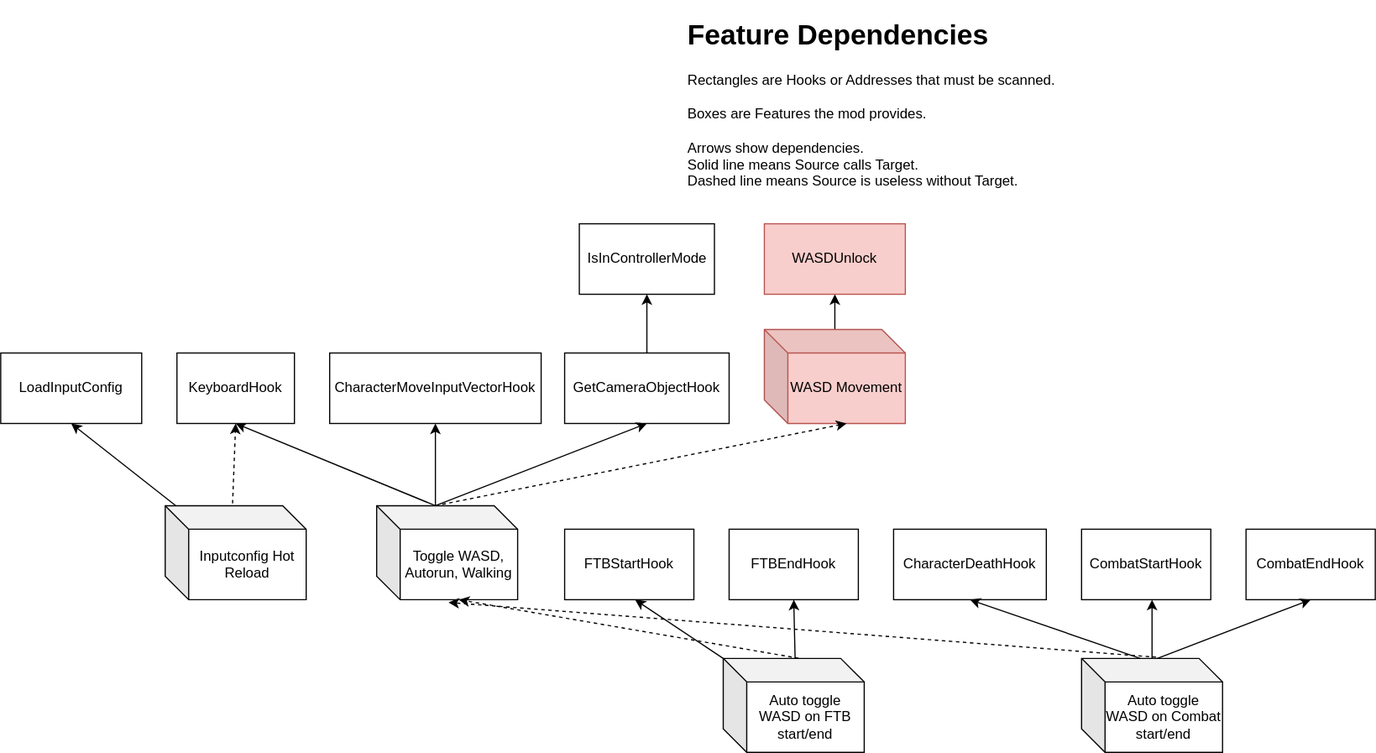
Above: doc/feature_dependencies.drawio.svg in Ch4nKyy/BG3WASD (draw.io), before the change. Source tidied: cells renumbered, new cells last; positions are measured from the earlier drawing's top-left corner, leaving out a move shared by most shapes. The source it was exported from:
```xml
<mxGraphModel>
  <root>
    <mxCell id="0" />
    <mxCell id="1" parent="0" />
    <mxCell id="2" style="edgeStyle=none;html=1;" parent="1" edge="1" source="3" target="4">
      <mxGeometry relative="1" as="geometry" />
    </mxCell>
    <mxCell id="3" value="WASD Movement" style="shape=cube;whiteSpace=wrap;html=1;boundedLbl=1;backgroundOutline=1;darkOpacity=0.05;darkOpacity2=0.1;fillColor=#f8cecc;strokeColor=#b85450;" parent="1" vertex="1">
      <mxGeometry x="650" y="270" width="120" height="80" as="geometry" />
    </mxCell>
    <mxCell id="4" value="WASDUnlock" style="rounded=0;whiteSpace=wrap;html=1;fillColor=#f8cecc;strokeColor=#b85450;" parent="1" vertex="1">
      <mxGeometry x="650" y="180" width="120" height="60" as="geometry" />
    </mxCell>
    <mxCell id="5" value="CharacterMoveInputVectorHook" style="rounded=0;whiteSpace=wrap;html=1;" parent="1" vertex="1">
      <mxGeometry x="280" y="290" width="180" height="60" as="geometry" />
    </mxCell>
    <mxCell id="6" style="edgeStyle=none;html=1;entryX=0.5;entryY=1;entryDx=0;entryDy=0;" parent="1" edge="1" source="7" target="27">
      <mxGeometry relative="1" as="geometry" />
    </mxCell>
    <mxCell id="7" value="GetCameraObjectHook" style="rounded=0;whiteSpace=wrap;html=1;" parent="1" vertex="1">
      <mxGeometry x="480" y="290" width="140" height="60" as="geometry" />
    </mxCell>
    <mxCell id="8" style="edgeStyle=none;html=1;entryX=0.5;entryY=1;entryDx=0;entryDy=0;exitX=0;exitY=0;exitDx=50;exitDy=0;exitPerimeter=0;" parent="1" edge="1" source="12" target="5">
      <mxGeometry relative="1" as="geometry" />
    </mxCell>
    <mxCell id="9" style="edgeStyle=none;html=1;entryX=0.5;entryY=1;entryDx=0;entryDy=0;exitX=0;exitY=0;exitDx=50;exitDy=0;exitPerimeter=0;" parent="1" edge="1" source="12" target="7">
      <mxGeometry relative="1" as="geometry" />
    </mxCell>
    <mxCell id="10" style="edgeStyle=none;html=1;entryX=0;entryY=0;entryDx=70;entryDy=80;entryPerimeter=0;exitX=0;exitY=0;exitDx=50;exitDy=0;exitPerimeter=0;dashed=1;" parent="1" edge="1" source="12" target="3">
      <mxGeometry relative="1" as="geometry" />
    </mxCell>
    <mxCell id="11" style="edgeStyle=none;html=1;entryX=0.5;entryY=1;entryDx=0;entryDy=0;fontSize=12;exitX=0;exitY=0;exitDx=50;exitDy=0;exitPerimeter=0;" parent="1" edge="1" source="12" target="33">
      <mxGeometry relative="1" as="geometry" />
    </mxCell>
    <mxCell id="12" value="Toggle WASD, Autorun, Walking" style="shape=cube;whiteSpace=wrap;html=1;boundedLbl=1;backgroundOutline=1;darkOpacity=0.05;darkOpacity2=0.1;" parent="1" vertex="1">
      <mxGeometry x="320" y="420" width="120" height="80" as="geometry" />
    </mxCell>
    <mxCell id="13" value="CombatStartHook" style="rounded=0;whiteSpace=wrap;html=1;" parent="1" vertex="1">
      <mxGeometry x="920" y="440" width="110" height="60" as="geometry" />
    </mxCell>
    <mxCell id="14" value="CombatEndHook" style="rounded=0;whiteSpace=wrap;html=1;" parent="1" vertex="1">
      <mxGeometry x="1060" y="440" width="110" height="60" as="geometry" />
    </mxCell>
    <mxCell id="15" value="CharacterDeathHook" style="rounded=0;whiteSpace=wrap;html=1;" parent="1" vertex="1">
      <mxGeometry x="760" y="440" width="130" height="60" as="geometry" />
    </mxCell>
    <mxCell id="16" style="edgeStyle=none;html=1;entryX=0.5;entryY=1;entryDx=0;entryDy=0;exitX=0;exitY=0;exitDx=50;exitDy=0;exitPerimeter=0;" parent="1" edge="1" source="20" target="15">
      <mxGeometry relative="1" as="geometry" />
    </mxCell>
    <mxCell id="17" style="edgeStyle=none;html=1;" parent="1" edge="1" source="20">
      <mxGeometry relative="1" as="geometry">
        <mxPoint x="980" y="500" as="targetPoint" />
      </mxGeometry>
    </mxCell>
    <mxCell id="18" style="edgeStyle=none;html=1;entryX=0.5;entryY=1;entryDx=0;entryDy=0;exitX=0.51;exitY=0.015;exitDx=0;exitDy=0;exitPerimeter=0;" parent="1" edge="1" source="20" target="14">
      <mxGeometry relative="1" as="geometry" />
    </mxCell>
    <mxCell id="19" style="edgeStyle=none;html=1;entryX=0.51;entryY=1.029;entryDx=0;entryDy=0;entryPerimeter=0;exitX=0.529;exitY=-0.013;exitDx=0;exitDy=0;exitPerimeter=0;dashed=1;" parent="1" edge="1" source="20" target="12">
      <mxGeometry relative="1" as="geometry" />
    </mxCell>
    <mxCell id="20" value="Auto toggle WASD on Combat start/end" style="shape=cube;whiteSpace=wrap;html=1;boundedLbl=1;backgroundOutline=1;darkOpacity=0.05;darkOpacity2=0.1;" parent="1" vertex="1">
      <mxGeometry x="920" y="550" width="120" height="80" as="geometry" />
    </mxCell>
    <mxCell id="21" value="FTBStartHook" style="rounded=0;whiteSpace=wrap;html=1;" parent="1" vertex="1">
      <mxGeometry x="480" y="440" width="110" height="60" as="geometry" />
    </mxCell>
    <mxCell id="22" value="FTBEndHook" style="rounded=0;whiteSpace=wrap;html=1;" parent="1" vertex="1">
      <mxGeometry x="620" y="440" width="110" height="60" as="geometry" />
    </mxCell>
    <mxCell id="23" style="edgeStyle=none;html=1;" parent="1" edge="1" source="26">
      <mxGeometry relative="1" as="geometry">
        <mxPoint x="540" y="500" as="targetPoint" />
      </mxGeometry>
    </mxCell>
    <mxCell id="24" style="edgeStyle=none;html=1;entryX=0.5;entryY=1;entryDx=0;entryDy=0;exitX=0.51;exitY=0.015;exitDx=0;exitDy=0;exitPerimeter=0;strokeColor=default;" parent="1" edge="1" source="26" target="22">
      <mxGeometry relative="1" as="geometry" />
    </mxCell>
    <mxCell id="25" style="edgeStyle=none;html=1;entryX=0;entryY=0;entryDx=70;entryDy=80;entryPerimeter=0;exitX=0.535;exitY=-0.002;exitDx=0;exitDy=0;exitPerimeter=0;dashed=1;" parent="1" edge="1" source="26" target="12">
      <mxGeometry relative="1" as="geometry" />
    </mxCell>
    <mxCell id="26" value="Auto toggle WASD on FTB start/end" style="shape=cube;whiteSpace=wrap;html=1;boundedLbl=1;backgroundOutline=1;darkOpacity=0.05;darkOpacity2=0.1;" parent="1" vertex="1">
      <mxGeometry x="615" y="550" width="120" height="80" as="geometry" />
    </mxCell>
    <mxCell id="27" value="IsInControllerMode" style="rounded=0;whiteSpace=wrap;html=1;" parent="1" vertex="1">
      <mxGeometry x="492.5" y="180" width="115" height="60" as="geometry" />
    </mxCell>
    <mxCell id="28" style="edgeStyle=none;html=1;entryX=0.5;entryY=1;entryDx=0;entryDy=0;" parent="1" edge="1" source="30" target="31">
      <mxGeometry relative="1" as="geometry" />
    </mxCell>
    <mxCell id="29" style="edgeStyle=none;html=1;entryX=0.5;entryY=1;entryDx=0;entryDy=0;strokeColor=default;fontSize=12;exitX=0.478;exitY=-0.025;exitDx=0;exitDy=0;exitPerimeter=0;dashed=1;" parent="1" edge="1" source="30" target="33">
      <mxGeometry relative="1" as="geometry" />
    </mxCell>
    <mxCell id="30" value="Inputconfig Hot Reload" style="shape=cube;whiteSpace=wrap;html=1;boundedLbl=1;backgroundOutline=1;darkOpacity=0.05;darkOpacity2=0.1;" parent="1" vertex="1">
      <mxGeometry x="140" y="420" width="120" height="80" as="geometry" />
    </mxCell>
    <mxCell id="31" value="LoadInputConfig" style="rounded=0;whiteSpace=wrap;html=1;" parent="1" vertex="1">
      <mxGeometry y="290" width="120" height="60" as="geometry" />
    </mxCell>
    <mxCell id="32" value="&lt;h1&gt;&lt;span style=&quot;background-color: initial;&quot;&gt;Feature Dependencies&lt;/span&gt;&lt;/h1&gt;&lt;div style=&quot;&quot;&gt;&lt;span style=&quot;font-weight: 400;&quot;&gt;&lt;font style=&quot;font-size: 12px;&quot;&gt;Rectangles are Hooks or Addresses that must be scanned.&lt;/font&gt;&lt;/span&gt;&lt;/div&gt;&lt;div style=&quot;&quot;&gt;&lt;span style=&quot;font-weight: 400;&quot;&gt;&lt;font style=&quot;font-size: 12px;&quot;&gt;&lt;br&gt;&lt;/font&gt;&lt;/span&gt;&lt;/div&gt;&lt;div style=&quot;&quot;&gt;&lt;span style=&quot;font-weight: 400;&quot;&gt;&lt;font style=&quot;font-size: 12px;&quot;&gt;Boxes are Features the mod provides.&lt;/font&gt;&lt;/span&gt;&lt;/div&gt;&lt;div style=&quot;&quot;&gt;&lt;span style=&quot;font-weight: 400;&quot;&gt;&lt;font style=&quot;font-size: 12px;&quot;&gt;&lt;br&gt;&lt;/font&gt;&lt;/span&gt;&lt;/div&gt;&lt;div style=&quot;&quot;&gt;&lt;span style=&quot;font-weight: 400;&quot;&gt;&lt;font style=&quot;font-size: 12px;&quot;&gt;Arrows show dependencies.&lt;/font&gt;&lt;/span&gt;&lt;/div&gt;&lt;div style=&quot;&quot;&gt;Solid line means Source calls Target.&lt;/div&gt;&lt;div style=&quot;&quot;&gt;Dashed line means Source is useless without Target.&lt;/div&gt;" style="text;html=1;strokeColor=none;fillColor=none;spacing=5;spacingTop=-20;whiteSpace=wrap;overflow=hidden;rounded=0;" parent="1" vertex="1">
      <mxGeometry x="580" width="360" height="160" as="geometry" />
    </mxCell>
    <mxCell id="33" value="KeyboardHook" style="rounded=0;whiteSpace=wrap;html=1;" parent="1" vertex="1">
      <mxGeometry x="150" y="290" width="100" height="60" as="geometry" />
    </mxCell>
  </root>
</mxGraphModel>
```
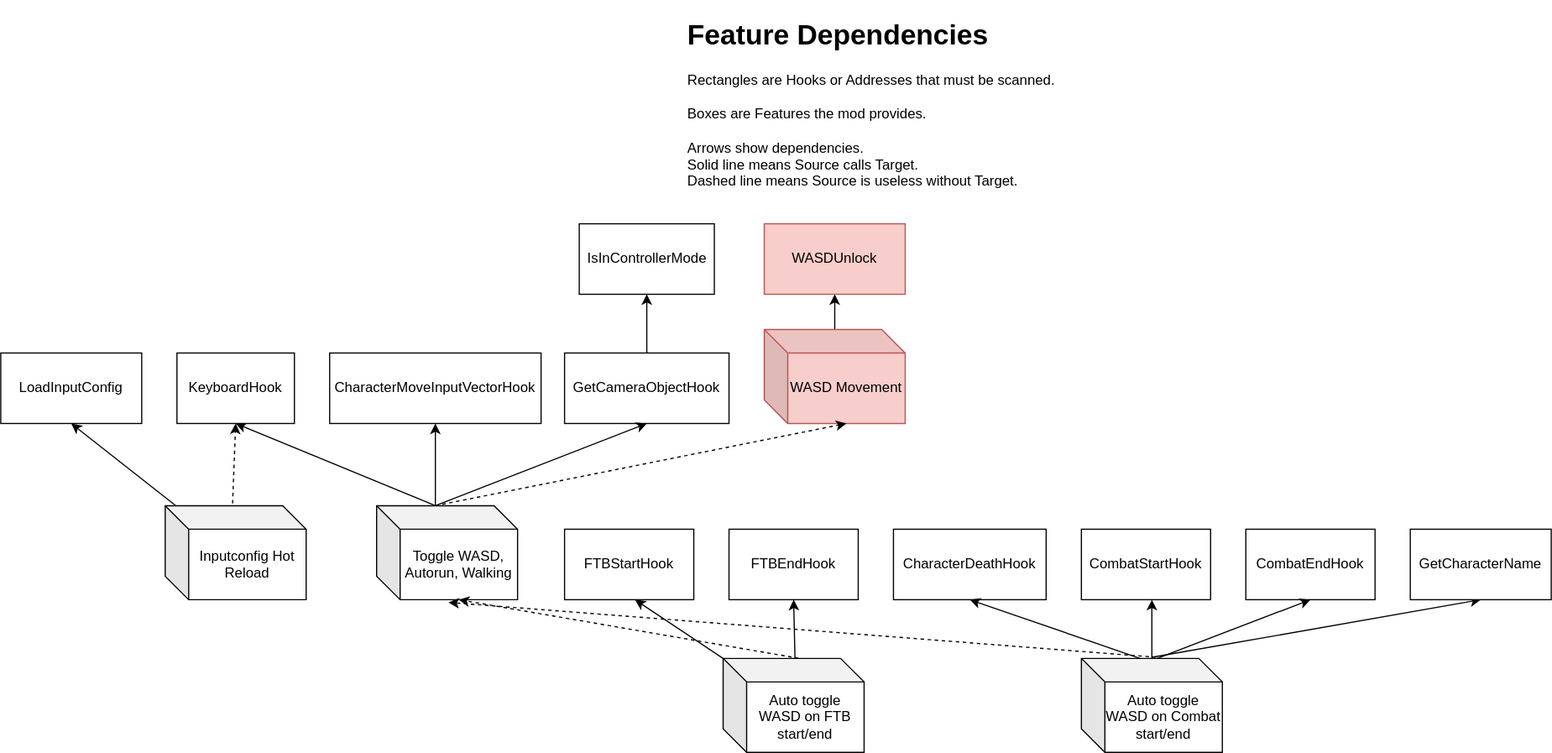
The same file after the commit.

The edit, as a diff of the source:
```diff
@@ -58,6 +58,9 @@
     <mxCell id="19" style="edgeStyle=none;html=1;entryX=0.51;entryY=1.029;entryDx=0;entryDy=0;entryPerimeter=0;exitX=0.529;exitY=-0.013;exitDx=0;exitDy=0;exitPerimeter=0;dashed=1;" parent="1" edge="1" source="20" target="12">
       <mxGeometry relative="1" as="geometry" />
     </mxCell>
+    <mxCell id="34" style="edgeStyle=none;html=1;entryX=0.5;entryY=1;entryDx=0;entryDy=0;exitX=0.5;exitY=-0.012;exitDx=0;exitDy=0;exitPerimeter=0;" parent="1" edge="1" source="20" target="35">
+      <mxGeometry relative="1" as="geometry" />
+    </mxCell>
     <mxCell id="20" value="Auto toggle WASD on Combat start/end" style="shape=cube;whiteSpace=wrap;html=1;boundedLbl=1;backgroundOutline=1;darkOpacity=0.05;darkOpacity2=0.1;" parent="1" vertex="1">
       <mxGeometry x="920" y="550" width="120" height="80" as="geometry" />
     </mxCell>
@@ -102,5 +105,8 @@
     <mxCell id="33" value="KeyboardHook" style="rounded=0;whiteSpace=wrap;html=1;" parent="1" vertex="1">
       <mxGeometry x="150" y="290" width="100" height="60" as="geometry" />
     </mxCell>
+    <mxCell id="35" value="GetCharacterName" style="rounded=0;whiteSpace=wrap;html=1;" parent="1" vertex="1">
+      <mxGeometry x="1200" y="440" width="120" height="60" as="geometry" />
+    </mxCell>
   </root>
 </mxGraphModel>
```
